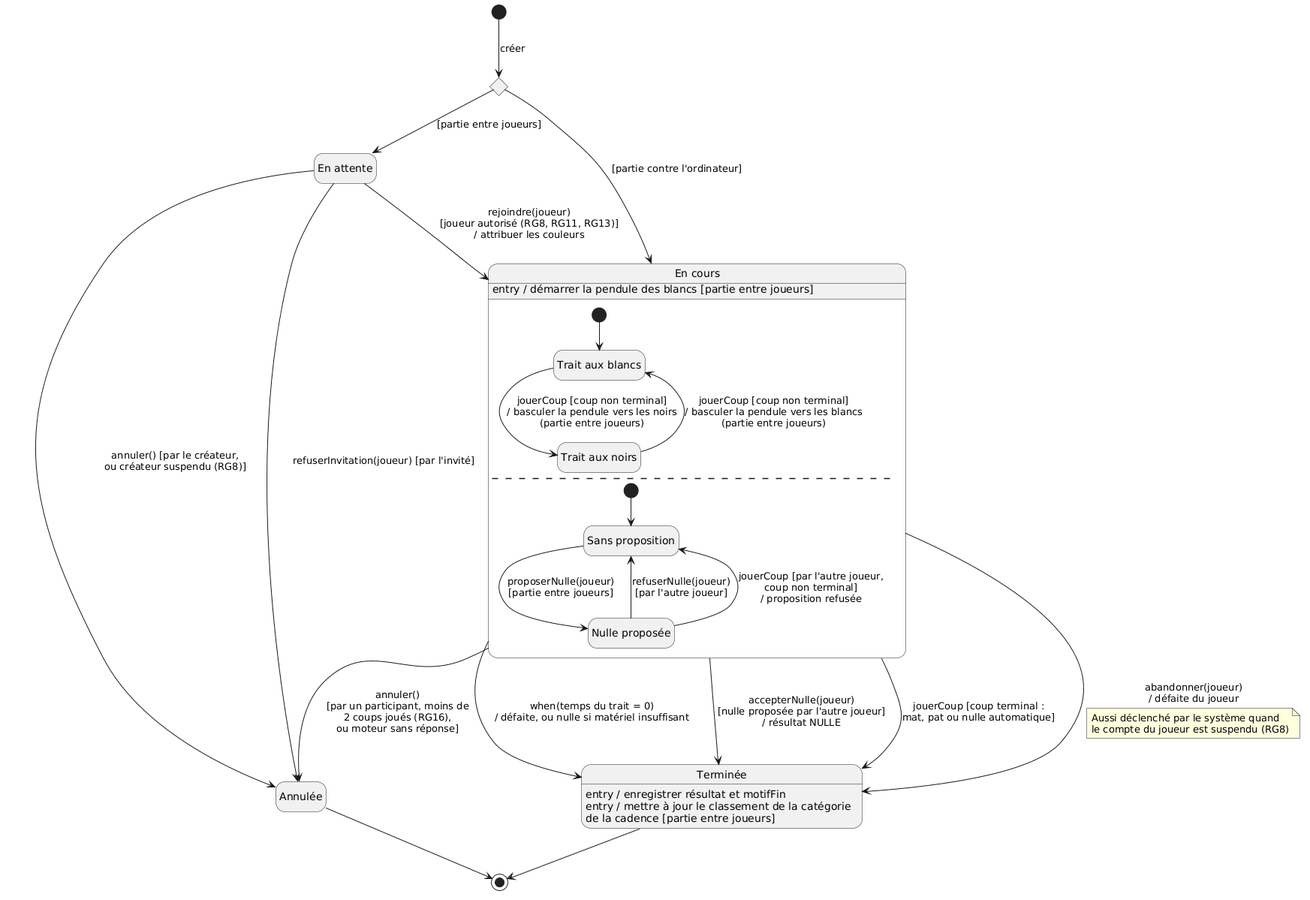
Before: diagrams/etats-partie.png, a diagram exported from PlantUML (kevinBissouth/projet_echecs_tic315).
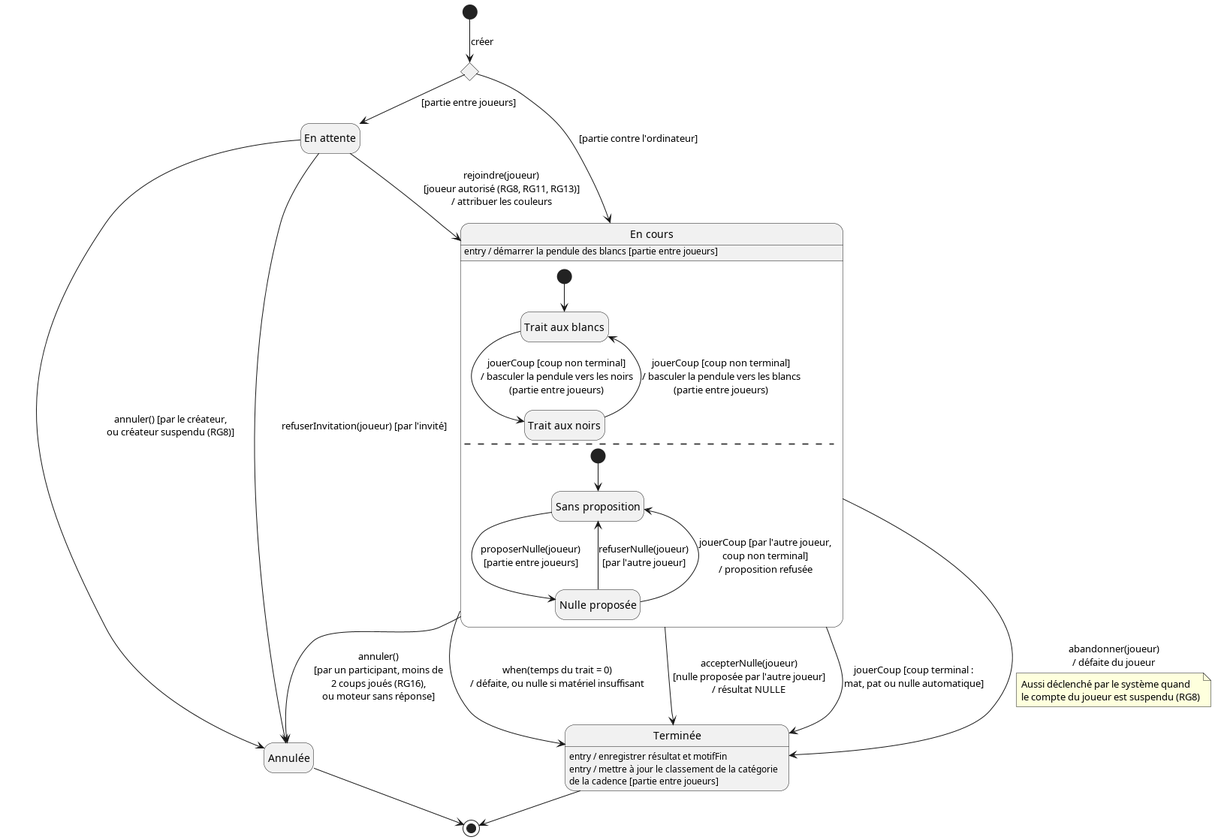
The same file after the commit.

Diff of the diagram source:
```diff
@@ -1,6 +1,7 @@
-@startuml
+@startuml etats-partie
 
 hide empty description
+skinparam ranksep 38
 
 state choixCreation <<choice>>
 
@@ -49,4 +50,5 @@
 
 Terminee --> [*]
 Annulee --> [*]
+
 @enduml
```
